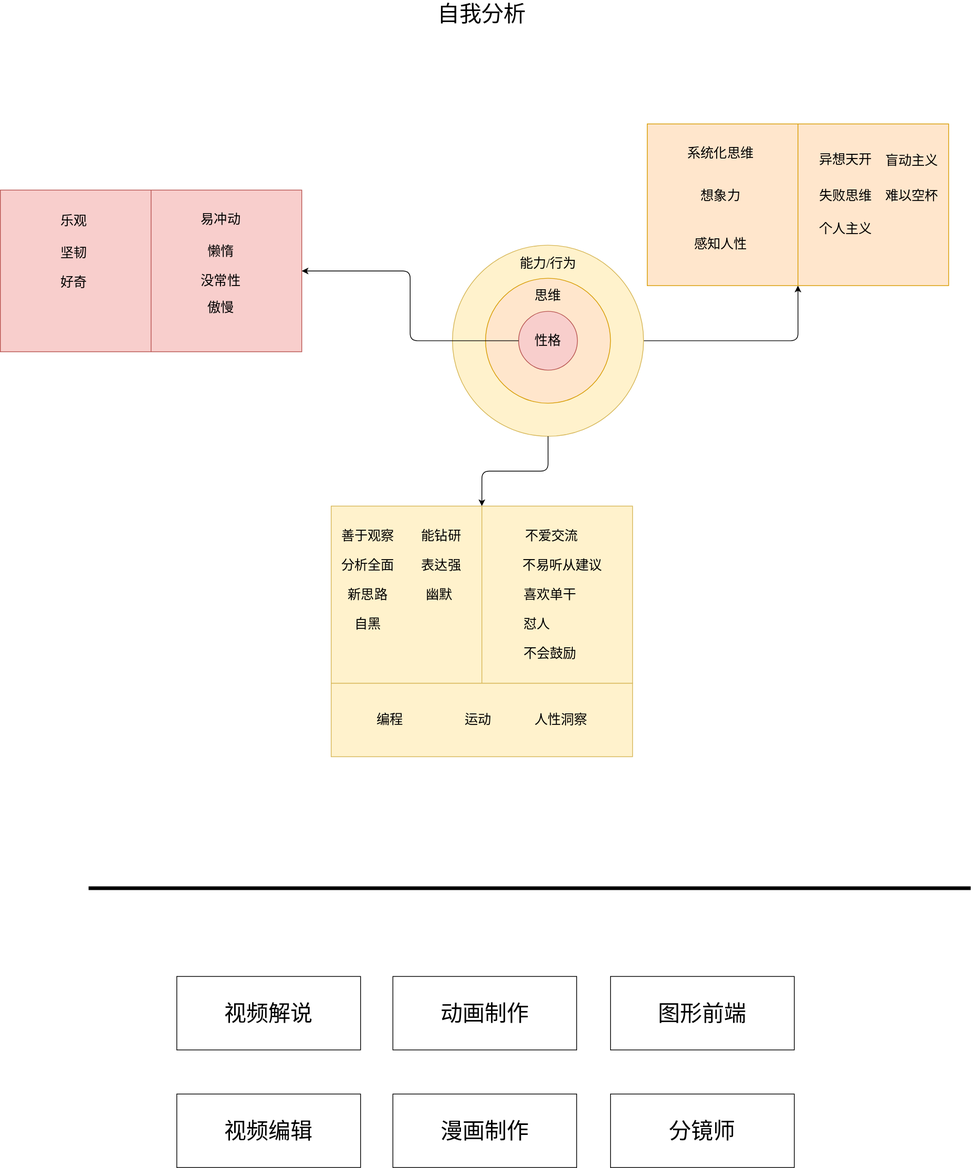
109km/deep-thinking keeps this draw.io diagram as self-analysis.drawio.svg. Above is the earlier version. Source tidied: cells renumbered, new cells last; positions are measured from the earlier drawing's top-left corner, leaving out a move shared by most shapes.
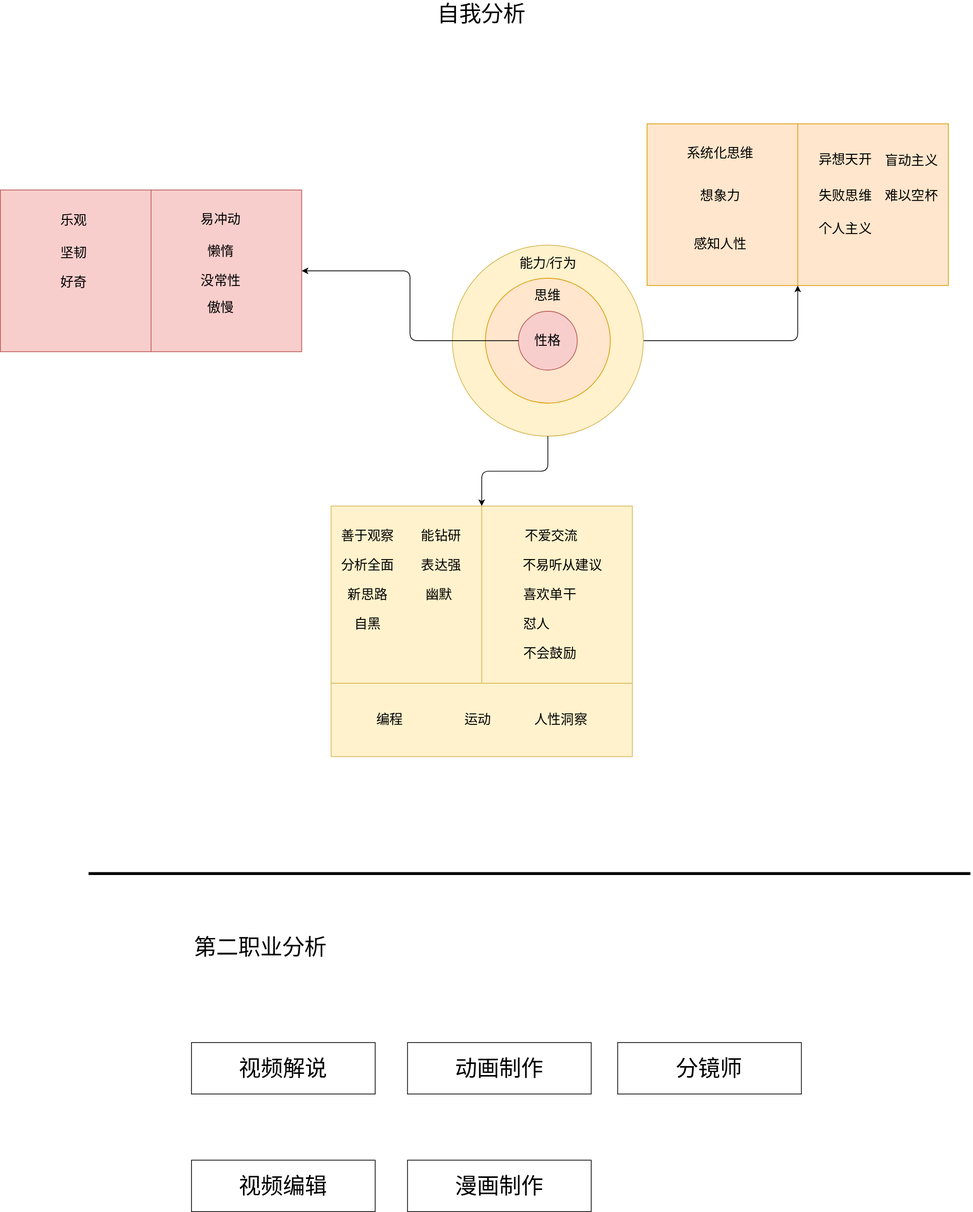
The same diagram one commit later.

What changed in the source:
```diff
@@ -3,7 +3,7 @@
     <mxCell id="0" />
     <mxCell id="1" parent="0" />
     <mxCell id="2" style="group;" parent="1" vertex="1">
-      <mxGeometry width="1290" height="1021" as="geometry" />
+      <mxGeometry x="-20" y="-90" width="1290" height="1021" as="geometry" />
     </mxCell>
     <mxCell id="3" style="edgeStyle=orthogonalEdgeStyle;jettySize=auto;html=1;entryX=0.5;entryY=1;entryDx=0;entryDy=0;fontFamily=Verdana;fontSize=18;rounded=1;" parent="2" edge="1" target="16">
       <mxGeometry relative="1" as="geometry">
@@ -183,29 +183,29 @@
     <mxCell id="59" style="edgeStyle=orthogonalEdgeStyle;rounded=1;jettySize=auto;html=1;exitX=0;exitY=0.5;exitDx=0;exitDy=0;fontFamily=Verdana;fontSize=30;" parent="2" edge="1" source="57" target="6">
       <mxGeometry relative="1" as="geometry" />
     </mxCell>
-    <mxCell id="60" style="endArrow=none;html=1;fontFamily=Verdana;fontSize=30;strokeWidth=5;" parent="1" edge="1">
+    <mxCell id="60" style="endArrow=none;html=1;fontFamily=Verdana;fontSize=23;strokeWidth=4;comic=0;shadow=0;rounded=0;" parent="1" edge="1">
       <mxGeometry relative="1" as="geometry">
-        <mxPoint x="120" y="1200" as="sourcePoint" />
-        <mxPoint x="1320" y="1200" as="targetPoint" />
+        <mxPoint x="100" y="1090" as="sourcePoint" />
+        <mxPoint x="1300" y="1090" as="targetPoint" />
       </mxGeometry>
     </mxCell>
     <mxCell id="61" value="视频解说" style="rounded=0;whiteSpace=wrap;html=1;strokeColor=#000000;fontFamily=Verdana;fontSize=30;" parent="1" vertex="1">
-      <mxGeometry x="240" y="1320" width="250" height="100" as="geometry" />
+      <mxGeometry x="240" y="1320" width="250" height="70" as="geometry" />
     </mxCell>
     <mxCell id="62" value="动画制作" style="rounded=0;whiteSpace=wrap;html=1;strokeColor=#000000;fontFamily=Verdana;fontSize=30;" parent="1" vertex="1">
-      <mxGeometry x="534" y="1320" width="250" height="100" as="geometry" />
+      <mxGeometry x="534" y="1320" width="250" height="70" as="geometry" />
     </mxCell>
-    <mxCell id="63" value="图形前端" style="rounded=0;whiteSpace=wrap;html=1;strokeColor=#000000;fontFamily=Verdana;fontSize=30;" parent="1" vertex="1">
-      <mxGeometry x="830" y="1320" width="250" height="100" as="geometry" />
-    </mxCell>
     <mxCell id="64" value="视频编辑" style="rounded=0;whiteSpace=wrap;html=1;strokeColor=#000000;fontFamily=Verdana;fontSize=30;" parent="1" vertex="1">
-      <mxGeometry x="240" y="1480" width="250" height="100" as="geometry" />
+      <mxGeometry x="240" y="1480" width="250" height="70" as="geometry" />
     </mxCell>
     <mxCell id="65" value="漫画制作" style="rounded=0;whiteSpace=wrap;html=1;strokeColor=#000000;fontFamily=Verdana;fontSize=30;" parent="1" vertex="1">
-      <mxGeometry x="534" y="1480" width="250" height="100" as="geometry" />
+      <mxGeometry x="534" y="1480" width="250" height="70" as="geometry" />
     </mxCell>
     <mxCell id="66" value="分镜师" style="rounded=0;whiteSpace=wrap;html=1;strokeColor=#000000;fontFamily=Verdana;fontSize=30;" parent="1" vertex="1">
-      <mxGeometry x="830" y="1480" width="250" height="100" as="geometry" />
+      <mxGeometry x="820" y="1320" width="250" height="70" as="geometry" />
     </mxCell>
+    <mxCell id="67" value="第二职业分析" style="text;html=1;strokeColor=none;fillColor=none;align=center;verticalAlign=middle;whiteSpace=wrap;rounded=0;fontSize=30;" parent="1" vertex="1">
+      <mxGeometry x="154" y="1180" width="360" height="20" as="geometry" />
+    </mxCell>
   </root>
 </mxGraphModel>
```
